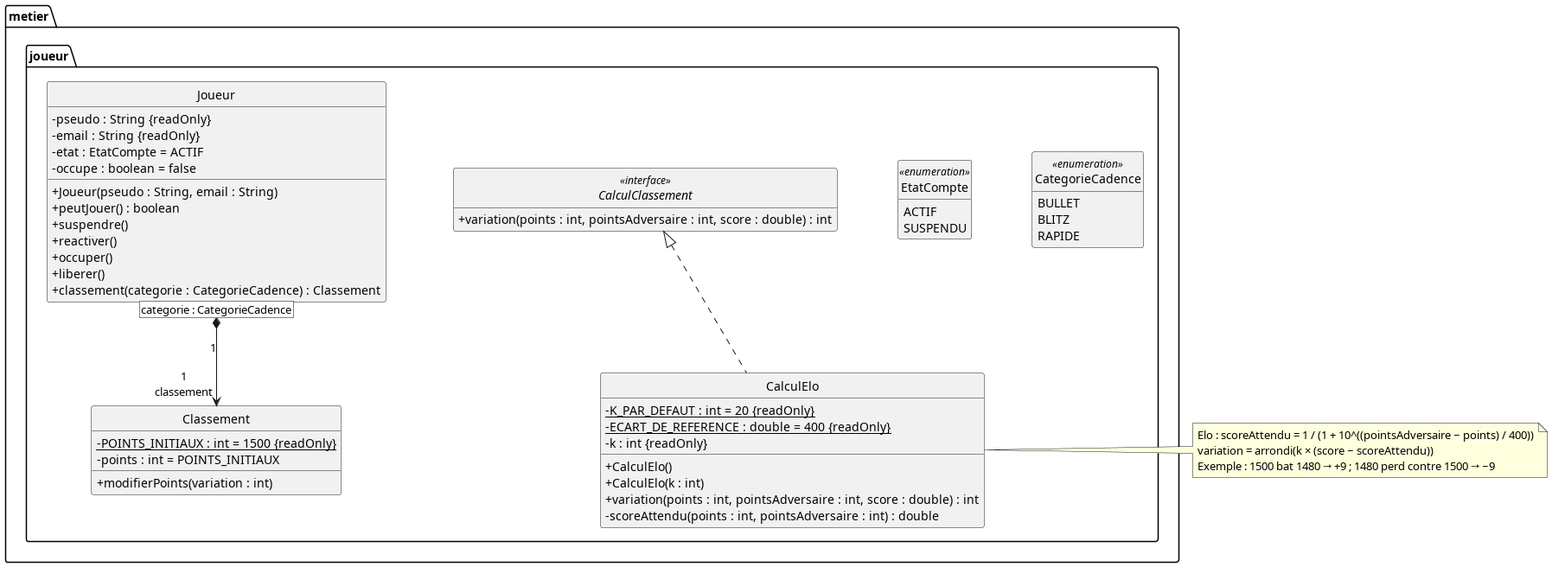
The PlantUML diagram diagrams/classes-conception-joueur.png in kevinBissouth/projet_echecs_tic315, before a commit.
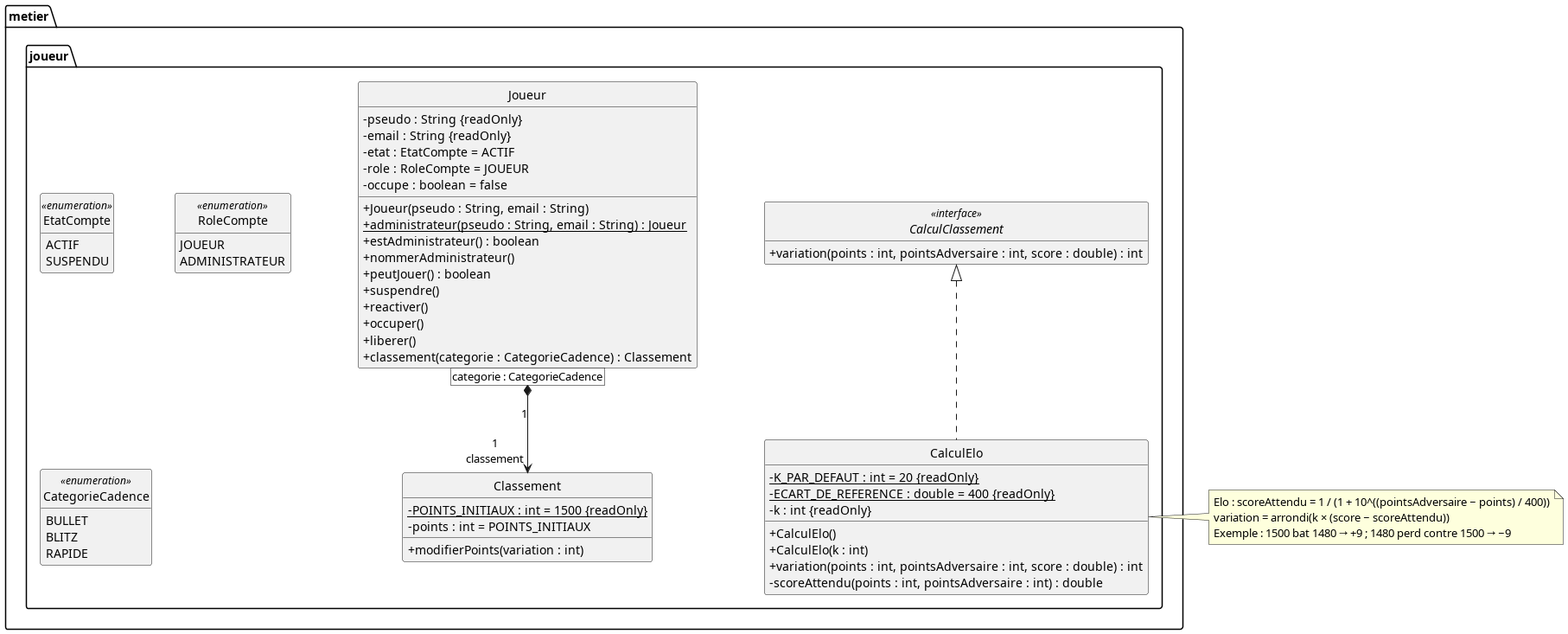
After the change.

The edit, as a diff of the source:
```diff
@@ -12,8 +12,12 @@
     - pseudo : String {readOnly}
     - email : String {readOnly}
     - etat : EtatCompte = ACTIF
+    - role : RoleCompte = JOUEUR
     - occupe : boolean = false
     + Joueur(pseudo : String, email : String)
+    + {static} administrateur(pseudo : String, email : String) : Joueur
+    + estAdministrateur() : boolean
+    + nommerAdministrateur()
     + peutJouer() : boolean
     + suspendre()
     + reactiver()
@@ -47,6 +51,11 @@
     SUSPENDU
   }
 
+  enum RoleCompte <<enumeration>> {
+    JOUEUR
+    ADMINISTRATEUR
+  }
+
   enum CategorieCadence <<enumeration>> {
     BULLET
     BLITZ
```
